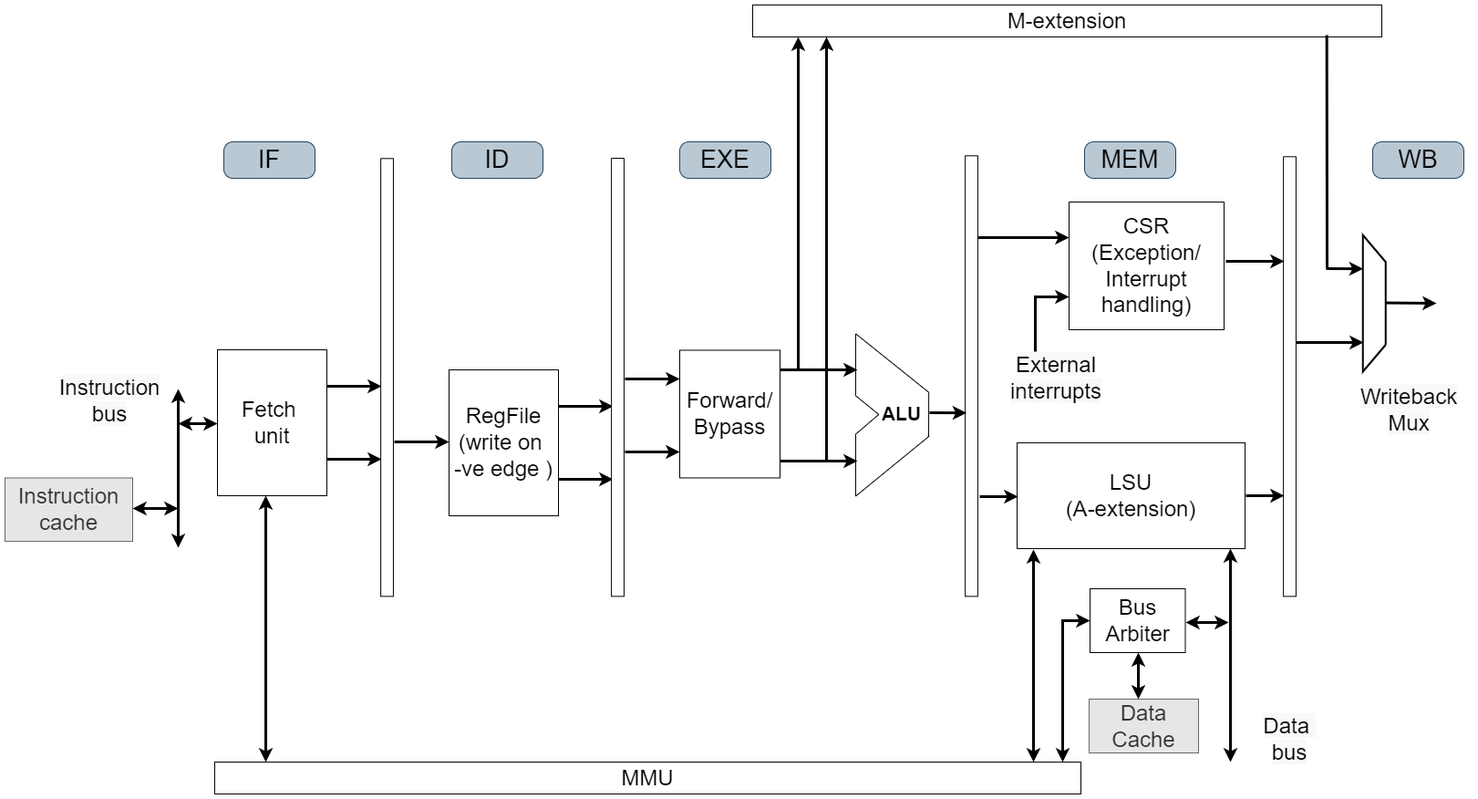
The draw.io diagram docs/source/images/pipeline.png in ee-uet/UETRV_Pcore_doc, before a commit. Source tidied: cells renumbered, new cells last; positions are measured from the earlier drawing's top-left corner, leaving out a move shared by most shapes.
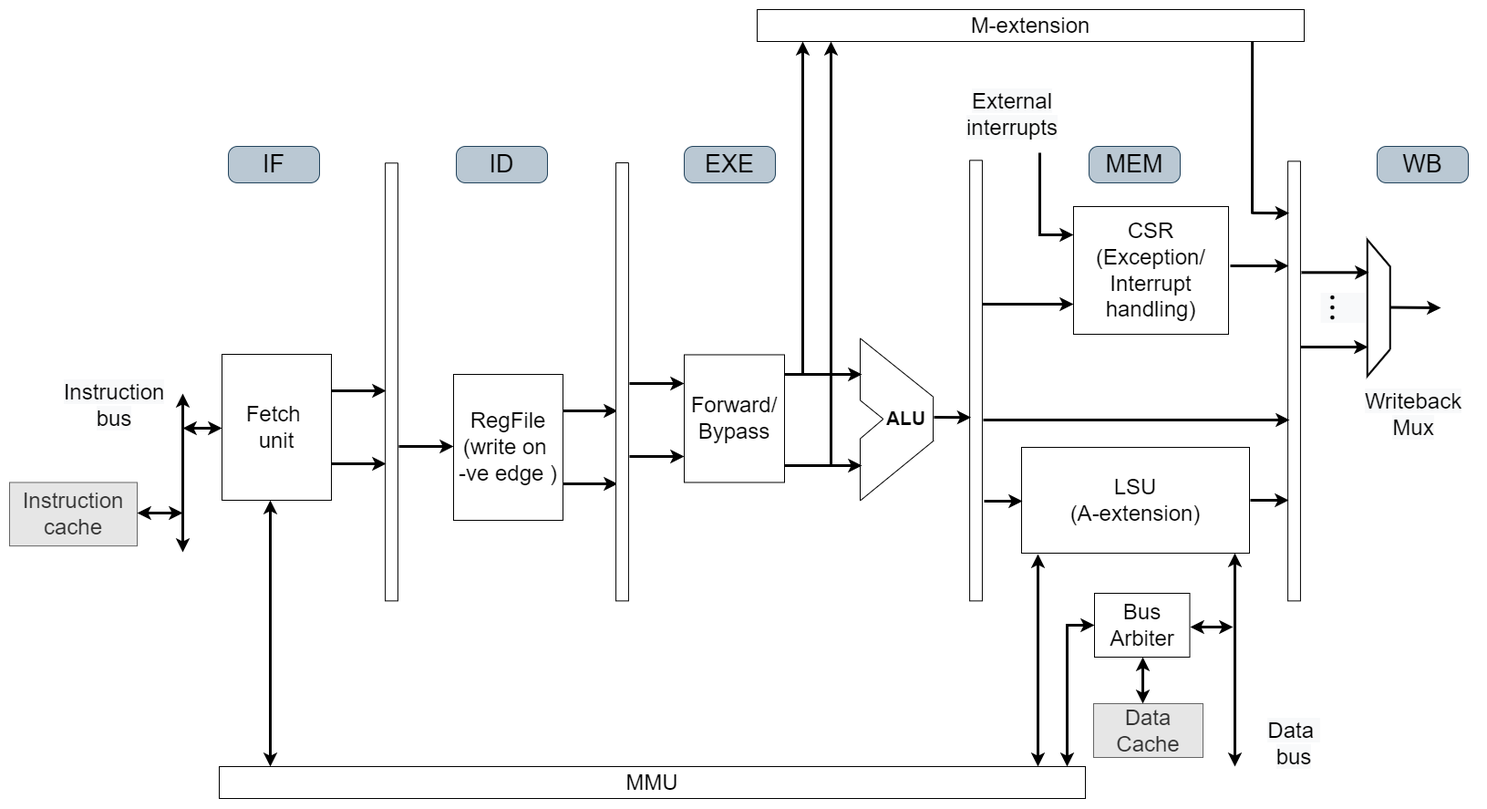
The same file after the commit.

What changed in the source:
```diff
@@ -121,8 +121,8 @@
     </mxCell>
     <mxCell id="27" style="endArrow=classic;html=1;rounded=0;fontSize=24;strokeWidth=3;" parent="2" edge="1">
       <mxGeometry relative="1" as="geometry">
-        <mxPoint x="1067" y="255" as="sourcePoint" />
-        <mxPoint x="1167" y="255" as="targetPoint" />
+        <mxPoint x="1067" y="323" as="sourcePoint" />
+        <mxPoint x="1167" y="323" as="targetPoint" />
       </mxGeometry>
     </mxCell>
     <mxCell id="28" style="endArrow=classic;html=1;rounded=0;fontSize=24;strokeWidth=3;" parent="2" edge="1">
@@ -178,7 +178,7 @@
       <mxGeometry x="1426.6" y="314.6" width="150" height="25" as="geometry" />
     </mxCell>
     <mxCell id="38" value="M-extension" style="rounded=0;whiteSpace=wrap;html=1;fontSize=24;" parent="2" vertex="1">
-      <mxGeometry x="820" width="690" height="35" as="geometry" />
+      <mxGeometry x="820" width="600" height="35" as="geometry" />
     </mxCell>
     <mxCell id="39" style="edgeStyle=elbowEdgeStyle;rounded=0;html=1;startArrow=none;startFill=0;jettySize=auto;fontSize=18;strokeWidth=3;" parent="2" edge="1" target="38">
       <mxGeometry relative="1" as="geometry">
@@ -189,16 +189,16 @@
         </Array>
       </mxGeometry>
     </mxCell>
-    <mxCell id="40" style="edgeStyle=elbowEdgeStyle;rounded=0;html=1;startArrow=none;startFill=0;jettySize=auto;orthogonalLoop=1;fontSize=18;strokeWidth=3;endArrow=none;endFill=0;entryX=0.886;entryY=0.98;entryDx=0;entryDy=0;entryPerimeter=0;" parent="2" edge="1">
+    <mxCell id="40" style="edgeStyle=elbowEdgeStyle;rounded=0;html=1;startArrow=none;startFill=0;jettySize=auto;orthogonalLoop=1;fontSize=18;strokeWidth=3;endArrow=none;endFill=0;" parent="2" edge="1">
       <mxGeometry relative="1" as="geometry">
-        <mxPoint x="1450" y="289" as="sourcePoint" />
-        <mxPoint x="1448.8" y="33" as="targetPoint" />
+        <mxPoint x="1363" y="224" as="sourcePoint" />
+        <mxPoint x="1362" y="35" as="targetPoint" />
       </mxGeometry>
     </mxCell>
     <mxCell id="41" style="endArrow=classic;html=1;rounded=0;fontSize=24;strokeWidth=3;" parent="2" edge="1">
       <mxGeometry relative="1" as="geometry">
-        <mxPoint x="1449" y="289" as="sourcePoint" />
-        <mxPoint x="1489.6" y="289.2" as="targetPoint" />
+        <mxPoint x="1363" y="223" as="sourcePoint" />
+        <mxPoint x="1403.6" y="223.2" as="targetPoint" />
       </mxGeometry>
     </mxCell>
     <mxCell id="42" style="endArrow=classic;html=1;rounded=0;fontSize=24;strokeWidth=3;exitX=0.508;exitY=-0.166;exitDx=0;exitDy=0;exitPerimeter=0;" parent="2" edge="1">
@@ -328,15 +328,30 @@
     </mxCell>
     <mxCell id="64" style="endArrow=classic;html=1;rounded=0;fontSize=24;strokeWidth=3;" parent="2" edge="1">
       <mxGeometry relative="1" as="geometry">
-        <mxPoint x="1130" y="380" as="sourcePoint" />
-        <mxPoint x="1167" y="320" as="targetPoint" />
+        <mxPoint x="1130" y="157" as="sourcePoint" />
+        <mxPoint x="1167" y="247" as="targetPoint" />
         <Array as="points">
-          <mxPoint x="1130" y="320" />
+          <mxPoint x="1130" y="247" />
         </Array>
       </mxGeometry>
     </mxCell>
     <mxCell id="65" value="&lt;span style=&quot;color: rgb(0, 0, 0); font-family: Helvetica; font-size: 24px; font-style: normal; font-variant-ligatures: normal; font-variant-caps: normal; font-weight: 400; letter-spacing: normal; orphans: 2; text-indent: 0px; text-transform: none; widows: 2; word-spacing: 0px; -webkit-text-stroke-width: 0px; background-color: rgb(248, 249, 250); text-decoration-thickness: initial; text-decoration-style: initial; text-decoration-color: initial; float: none; display: inline !important;&quot;&gt;External interrupts&lt;/span&gt;" style="text;whiteSpace=wrap;html=1;align=center;" parent="2" vertex="1">
-      <mxGeometry x="1083" y="374.3" width="140" height="50" as="geometry" />
+      <mxGeometry x="1030" y="80" width="140" height="70" as="geometry" />
     </mxCell>
+    <mxCell id="66" style="endArrow=classic;html=1;rounded=0;fontSize=24;strokeWidth=3;" parent="2" edge="1">
+      <mxGeometry relative="1" as="geometry">
+        <mxPoint x="1417" y="288.3" as="sourcePoint" />
+        <mxPoint x="1491" y="288.3" as="targetPoint" />
+      </mxGeometry>
+    </mxCell>
+    <mxCell id="67" style="endArrow=classic;html=1;rounded=0;fontSize=24;strokeWidth=3;" parent="2" edge="1">
+      <mxGeometry relative="1" as="geometry">
+        <mxPoint x="1068" y="450" as="sourcePoint" />
+        <mxPoint x="1404" y="450" as="targetPoint" />
+      </mxGeometry>
+    </mxCell>
+    <mxCell id="68" value="&lt;span style=&quot;color: rgb(0, 0, 0); font-size: 44px; font-style: normal; font-variant-ligatures: normal; font-variant-caps: normal; font-weight: 400; letter-spacing: normal; orphans: 2; text-indent: 0px; text-transform: none; widows: 2; word-spacing: 0px; -webkit-text-stroke-width: 0px; background-color: rgb(248, 249, 250); text-decoration-thickness: initial; text-decoration-style: initial; text-decoration-color: initial; float: none; display: inline !important;&quot;&gt;...&lt;br style=&quot;font-size: 44px;&quot;&gt;&lt;/span&gt;" style="text;whiteSpace=wrap;html=1;align=center;rotation=90;fontSize=44;fontFamily=Times New Roman;" parent="2" vertex="1">
+      <mxGeometry x="1426.6" y="297.7" width="80" height="58.3" as="geometry" />
+    </mxCell>
   </root>
 </mxGraphModel>
```
